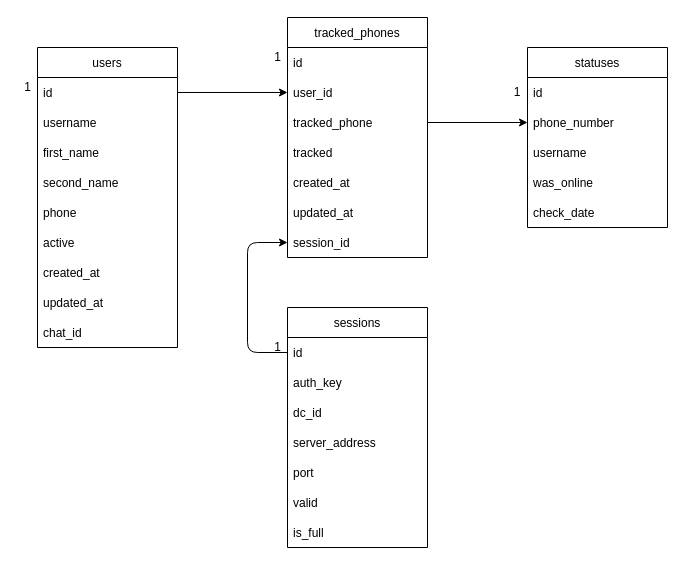
Before: db_schema.drawio in in-contact-online/inContact, a draw.io diagram. Source tidied: cells renumbered, new cells numbered last; positions are measured from the earlier drawing's top-left corner, leaving out a move shared by most shapes. Both pictures are drawn from the tidied source at 100%, with x=0, y=0 at pixel (17, 17).
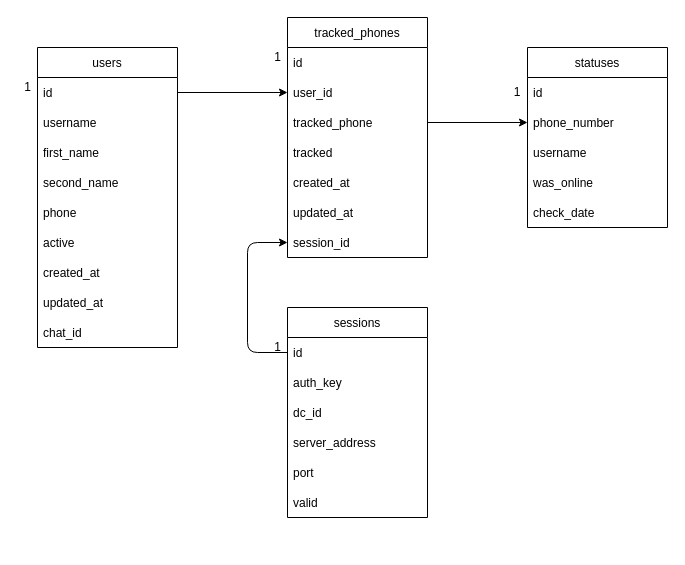
The same page after the edit.

Unchanged cells that the change refers to:
```xml
<mxCell id="34" style="group;" parent="1" vertex="1">
  <mxGeometry x="250" y="290" width="160" height="60" as="geometry" />
</mxCell>
```

Diff of the diagram source:
```diff
@@
     <mxCell id="35" value="sessions" style="swimlane;fontStyle=0;horizontal=1;startSize=30;" parent="34" vertex="1">
-      <mxGeometry x="20" width="140" height="240" as="geometry" />
+      <mxGeometry x="20" width="140" height="210" as="geometry" />
     </mxCell>
@@
-    <mxCell id="42" value="is_full" style="text;strokeColor=none;fillColor=none;align=left;verticalAlign=middle;spacingLeft=4;spacingRight=4;overflow=hidden;" parent="35" vertex="1">
-      <mxGeometry y="210" width="140" height="30" as="geometry" />
-    </mxCell>
```
